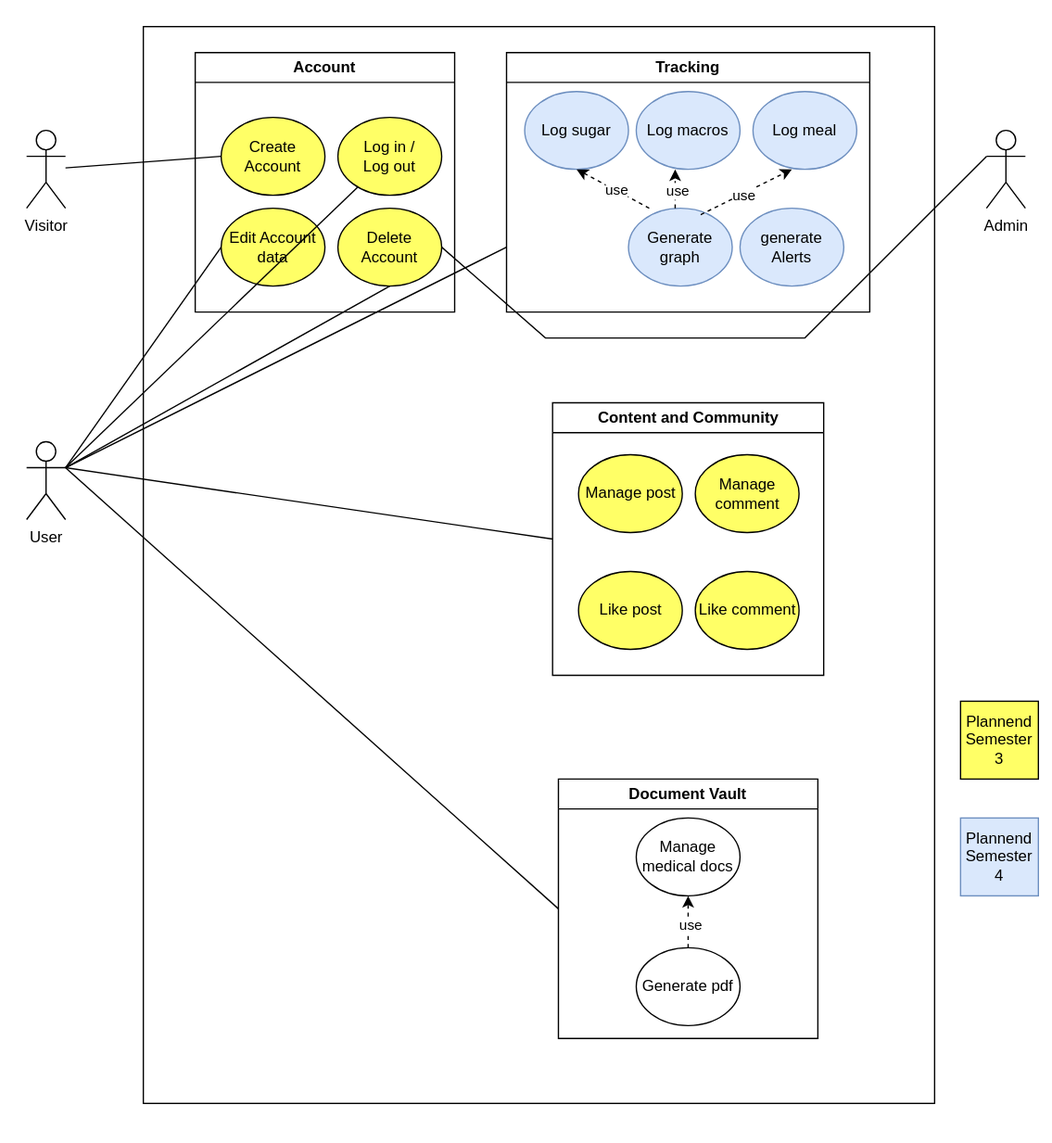
Earlier version of the draw.io export docs/UCD2.drawio.svg (millisom/GluGuide). Source tidied: cells renumbered, new cells last; positions are measured from the earlier drawing's top-left corner, leaving out a move shared by most shapes.
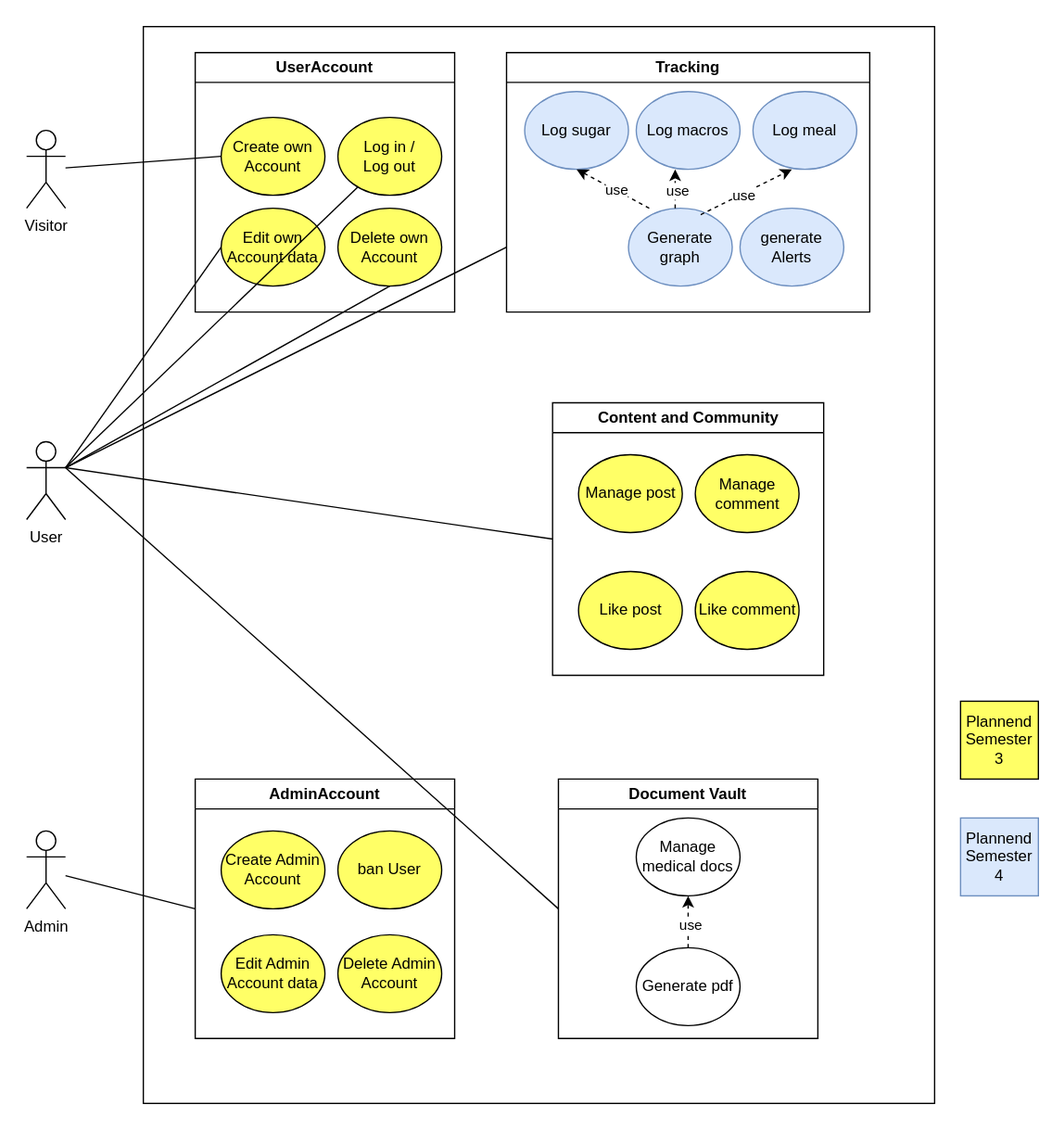
After the commit.

Commit message:
Edit OUCD Added AdminAccount

The edit, as a diff of the source:
```diff
@@ -6,24 +6,24 @@
       <mxGeometry width="810" height="880" as="geometry" />
     </mxCell>
     <mxCell id="3" value="Account" style="swimlane;whiteSpace=wrap;html=1;" parent="1" vertex="1">
-      <mxGeometry x="150" y="40" width="510" height="500" as="geometry" />
+      <mxGeometry x="150" y="40" width="510" height="760" as="geometry" />
     </mxCell>
     <mxCell id="4" style="rounded=0;whiteSpace=wrap;html=1;" parent="3" vertex="1">
       <mxGeometry x="-40" y="-20" width="610" height="830" as="geometry" />
     </mxCell>
-    <mxCell id="5" value="Create Account" style="ellipse;whiteSpace=wrap;html=1;fillColor=#FFFF66;" parent="3" vertex="1">
+    <mxCell id="5" value="Create own Account" style="ellipse;whiteSpace=wrap;html=1;fillColor=#FFFF66;" parent="3" vertex="1">
       <mxGeometry x="20" y="50" width="80" height="60" as="geometry" />
     </mxCell>
     <mxCell id="6" value="Log in /&lt;br&gt;Log out" style="ellipse;whiteSpace=wrap;html=1;fillColor=#FFFF66;" parent="3" vertex="1">
       <mxGeometry x="110" y="50" width="80" height="60" as="geometry" />
     </mxCell>
-    <mxCell id="7" value="Account" style="swimlane;whiteSpace=wrap;html=1;" parent="3" vertex="1">
+    <mxCell id="7" value="UserAccount" style="swimlane;whiteSpace=wrap;html=1;" parent="3" vertex="1">
       <mxGeometry width="200" height="200" as="geometry" />
     </mxCell>
-    <mxCell id="8" value="Edit Account data" style="ellipse;whiteSpace=wrap;html=1;fillColor=#FFFF66;" parent="7" vertex="1">
+    <mxCell id="8" value="Edit own Account data" style="ellipse;whiteSpace=wrap;html=1;fillColor=#FFFF66;" parent="7" vertex="1">
       <mxGeometry x="20" y="120" width="80" height="60" as="geometry" />
     </mxCell>
-    <mxCell id="9" value="Delete Account" style="ellipse;whiteSpace=wrap;html=1;fillColor=#FFFF66;" parent="7" vertex="1">
+    <mxCell id="9" value="Delete own Account" style="ellipse;whiteSpace=wrap;html=1;fillColor=#FFFF66;" parent="7" vertex="1">
       <mxGeometry x="110" y="120" width="80" height="60" as="geometry" />
     </mxCell>
     <mxCell id="10" style="edgeStyle=orthogonalEdgeStyle;rounded=0;jettySize=auto;html=1;exitX=0.5;exitY=1;exitDx=0;exitDy=0;entryX=0.23;entryY=0.265;entryDx=0;entryDy=0;entryPerimeter=0;" parent="3" edge="1" source="7" target="4">
@@ -67,6 +67,21 @@
     <mxCell id="22" value="Manage comment" style="ellipse;whiteSpace=wrap;html=1;fillColor=#FFFF66;strokeColor=#000000;" parent="18" vertex="1">
       <mxGeometry x="110" y="40" width="80" height="60" as="geometry" />
     </mxCell>
+    <mxCell id="46" value="AdminAccount" style="swimlane;whiteSpace=wrap;html=1;" parent="3" vertex="1">
+      <mxGeometry y="560" width="200" height="200" as="geometry" />
+    </mxCell>
+    <mxCell id="47" value="Edit Admin Account data" style="ellipse;whiteSpace=wrap;html=1;fillColor=#FFFF66;" parent="46" vertex="1">
+      <mxGeometry x="20" y="120" width="80" height="60" as="geometry" />
+    </mxCell>
+    <mxCell id="48" value="Delete Admin Account" style="ellipse;whiteSpace=wrap;html=1;fillColor=#FFFF66;" parent="46" vertex="1">
+      <mxGeometry x="110" y="120" width="80" height="60" as="geometry" />
+    </mxCell>
+    <mxCell id="49" value="Create Admin Account" style="ellipse;whiteSpace=wrap;html=1;fillColor=#FFFF66;" parent="46" vertex="1">
+      <mxGeometry x="20" y="40" width="80" height="60" as="geometry" />
+    </mxCell>
+    <mxCell id="50" value="ban User" style="ellipse;whiteSpace=wrap;html=1;fillColor=#FFFF66;" parent="46" vertex="1">
+      <mxGeometry x="110" y="40" width="80" height="60" as="geometry" />
+    </mxCell>
     <mxCell id="23" value="Tracking" style="swimlane;whiteSpace=wrap;html=1;" parent="1" vertex="1">
       <mxGeometry x="390" y="40" width="280" height="200" as="geometry" />
     </mxCell>
@@ -92,7 +107,7 @@
       <mxGeometry x="20" y="340" width="30" height="60" as="geometry" />
     </mxCell>
     <mxCell id="31" value="Admin" style="shape=umlActor;verticalLabelPosition=bottom;verticalAlign=top;html=1;outlineConnect=0;" parent="1" vertex="1">
-      <mxGeometry x="760" y="100" width="30" height="60" as="geometry" />
+      <mxGeometry x="20" y="640" width="30" height="60" as="geometry" />
     </mxCell>
     <mxCell id="32" style="endArrow=none;html=1;rounded=0;entryX=0;entryY=0.5;entryDx=0;entryDy=0;" parent="1" edge="1" source="29" target="5">
       <mxGeometry relative="1" as="geometry" />
@@ -117,14 +132,6 @@
         <mxPoint x="50" y="360" as="targetPoint" />
       </mxGeometry>
     </mxCell>
-    <mxCell id="37" style="endArrow=none;html=1;rounded=0;entryX=1;entryY=0.5;entryDx=0;entryDy=0;exitX=0;exitY=0.3333333333333333;exitDx=0;exitDy=0;exitPerimeter=0;" parent="1" edge="1" source="31" target="9">
-      <mxGeometry relative="1" as="geometry">
-        <Array as="points">
-          <mxPoint x="620" y="260" />
-          <mxPoint x="420" y="260" />
-        </Array>
-      </mxGeometry>
-    </mxCell>
     <mxCell id="38" style="endArrow=classic;html=1;rounded=0;dashed=1;" parent="1" edge="1">
       <mxGeometry relative="1" as="geometry">
         <mxPoint x="520" y="160" as="sourcePoint" />
@@ -158,5 +165,10 @@
         <mxPoint x="50" y="360" as="sourcePoint" />
       </mxGeometry>
     </mxCell>
+    <mxCell id="51" style="endArrow=none;html=1;rounded=0;entryX=0;entryY=0.5;entryDx=0;entryDy=0;" parent="1" edge="1" target="46">
+      <mxGeometry relative="1" as="geometry">
+        <mxPoint x="50" y="674.4" as="sourcePoint" />
+      </mxGeometry>
+    </mxCell>
   </root>
 </mxGraphModel>
```
